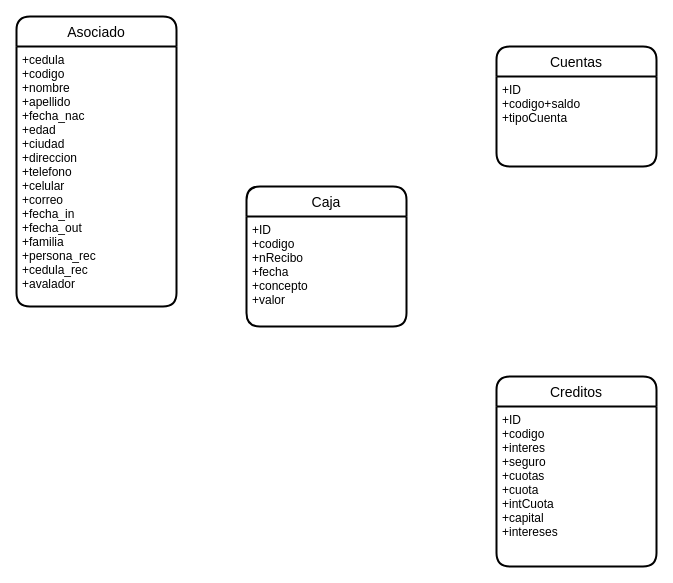
Above: Untitled Diagram.drawio in alejos17/Fonfapres (draw.io), before the change. Source tidied: cells renumbered, new cells numbered last; positions are measured from the earlier drawing's top-left corner, leaving out a move shared by most shapes. Both pictures are drawn from the tidied source at 100%, with x=0, y=0 at pixel (16, 16).
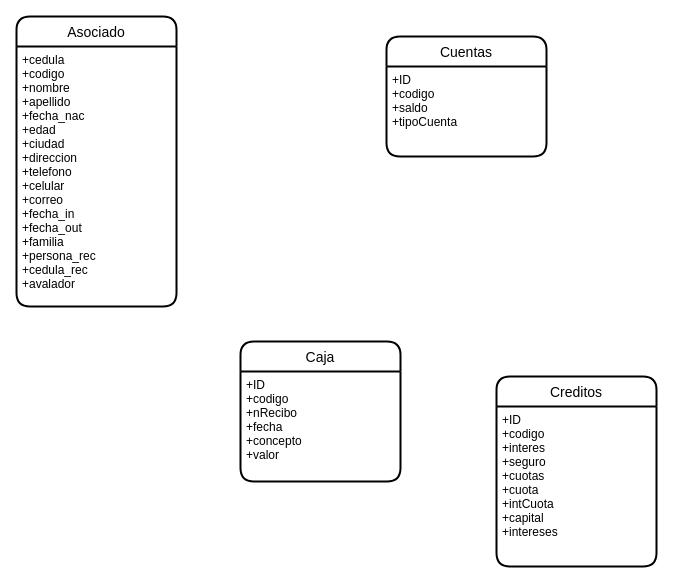
After the change.

Change to the diagram source:
```diff
@@
 <mxGraphModel>
   <root>
     <mxCell id="0" />
     <mxCell id="1" parent="0" />
     <mxCell id="2" value="Asociado" style="swimlane;horizontal=1;startSize=30;rounded=1;fontSize=14;fontStyle=0;strokeWidth=2;shadow=0;dashed=0;align=center;" parent="1" vertex="1">
       <mxGeometry width="160" height="290" as="geometry" />
     </mxCell>
     <mxCell id="3" value="+cedula&#10;+codigo&#10;+nombre&#10;+apellido&#10;+fecha_nac&#10;+edad&#10;+ciudad&#10;+direccion&#10;+telefono&#10;+celular&#10;+correo&#10;+fecha_in&#10;+fecha_out&#10;+familia&#10;+persona_rec&#10;+cedula_rec&#10;+avalador&#10;" style="align=left;strokeColor=none;fillColor=none;spacingLeft=4;fontSize=12;verticalAlign=top;" parent="2" vertex="1">
       <mxGeometry y="30" width="160" height="260" as="geometry" />
     </mxCell>
     <mxCell id="4" value="Cuentas" style="swimlane;horizontal=1;startSize=30;rounded=1;fontSize=14;fontStyle=0;strokeWidth=2;shadow=0;dashed=0;align=center;" parent="1" vertex="1">
-      <mxGeometry x="480" y="30" width="160" height="120" as="geometry" />
+      <mxGeometry x="370" y="20" width="160" height="120" as="geometry" />
     </mxCell>
-    <mxCell id="5" value="+ID&#10;+codigo+saldo&#10;+tipoCuenta&#10;" style="align=left;strokeColor=none;fillColor=none;spacingLeft=4;fontSize=12;verticalAlign=top;" parent="4" vertex="1">
+    <mxCell id="5" value="+ID&#10;+codigo&#10;+saldo&#10;+tipoCuenta&#10;" style="align=left;strokeColor=none;fillColor=none;spacingLeft=4;fontSize=12;verticalAlign=top;" parent="4" vertex="1">
       <mxGeometry y="30" width="160" height="90" as="geometry" />
     </mxCell>
     <mxCell id="6" value="Creditos" style="swimlane;horizontal=1;startSize=30;rounded=1;fontSize=14;fontStyle=0;strokeWidth=2;shadow=0;dashed=0;align=center;" parent="1" vertex="1">
       <mxGeometry x="480" y="360" width="160" height="190" as="geometry" />
     </mxCell>
     <mxCell id="7" value="+ID&#10;+codigo&#10;+interes&#10;+seguro&#10;+cuotas&#10;+cuota&#10;+intCuota&#10;+capital&#10;+intereses" style="align=left;strokeColor=none;fillColor=none;spacingLeft=4;fontSize=12;verticalAlign=top;" parent="6" vertex="1">
       <mxGeometry y="30" width="160" height="160" as="geometry" />
     </mxCell>
     <mxCell id="8" value="Caja" style="swimlane;horizontal=1;startSize=30;rounded=1;fontSize=14;fontStyle=0;strokeWidth=2;shadow=0;dashed=0;align=center;" parent="1" vertex="1">
-      <mxGeometry x="230" y="170" width="160" height="140" as="geometry" />
+      <mxGeometry x="224" y="325" width="160" height="140" as="geometry" />
     </mxCell>
     <mxCell id="9" value="+ID&#10;+codigo&#10;+nRecibo&#10;+fecha&#10;+concepto&#10;+valor" style="align=left;strokeColor=none;fillColor=none;spacingLeft=4;fontSize=12;verticalAlign=top;" parent="8" vertex="1">
       <mxGeometry y="30" width="160" height="110" as="geometry" />
     </mxCell>
   </root>
 </mxGraphModel>
```
